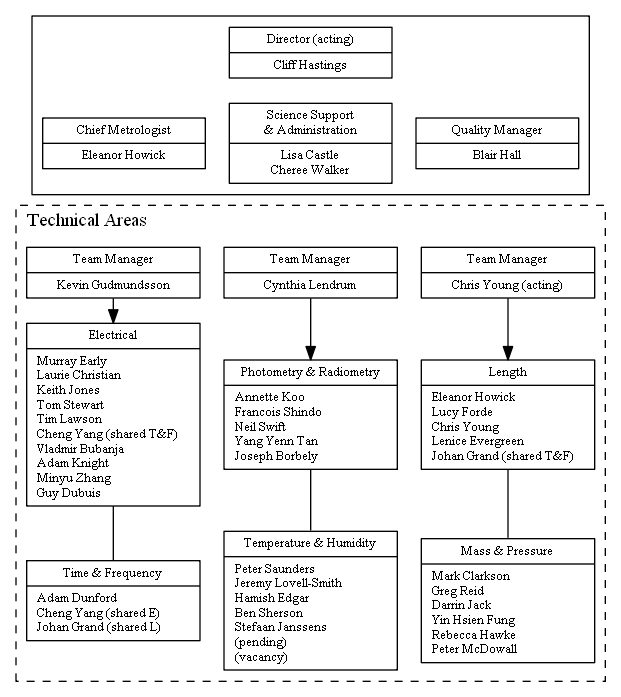
Above: quality_manual_document/pictures/MSL_org_full.png in MSLNZ/Quality-Manual (Graphviz), before the change. Its source is kept beside it as quality_manual_document/pictures/MSL_org_full.gv.
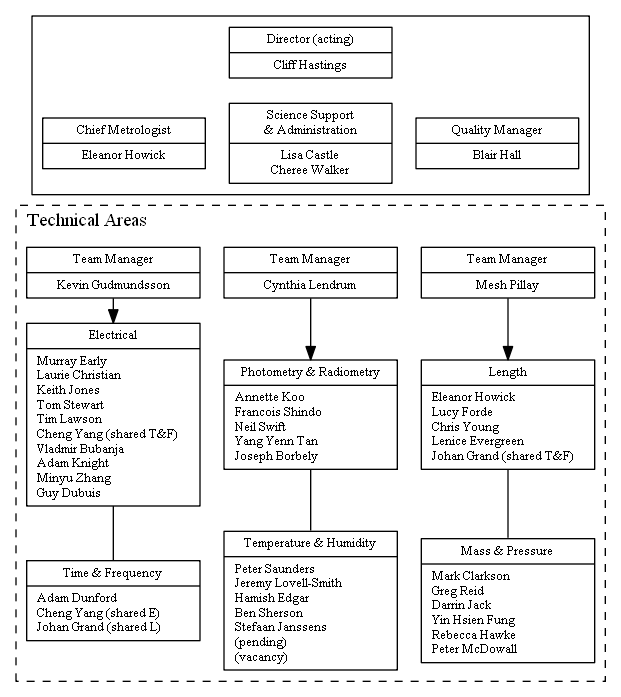
Above is the later version.

Diff of the diagram source:
```diff
@@ -59,7 +59,7 @@
 
         TeamLengthMass[
             label="{Team Manager|"
-            +   "Chris Young (acting)\n"
+            +   "Mesh Pillay\n"
             +   "}"
         ];
 
```
